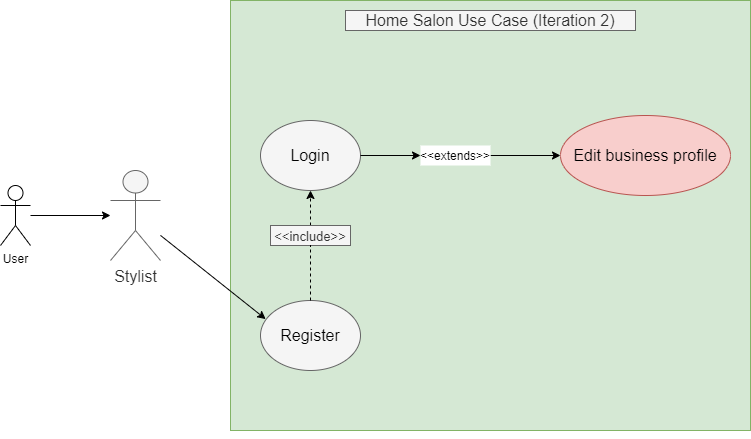
The draw.io diagram doc/use cases/Home Salon Use Case(Iteration2).png in pokai-huang0828/cstp1206_home_salon_project, before a commit. Source tidied: cells renumbered, new cells last; positions are measured from the earlier drawing's top-left corner, leaving out a move shared by most shapes.
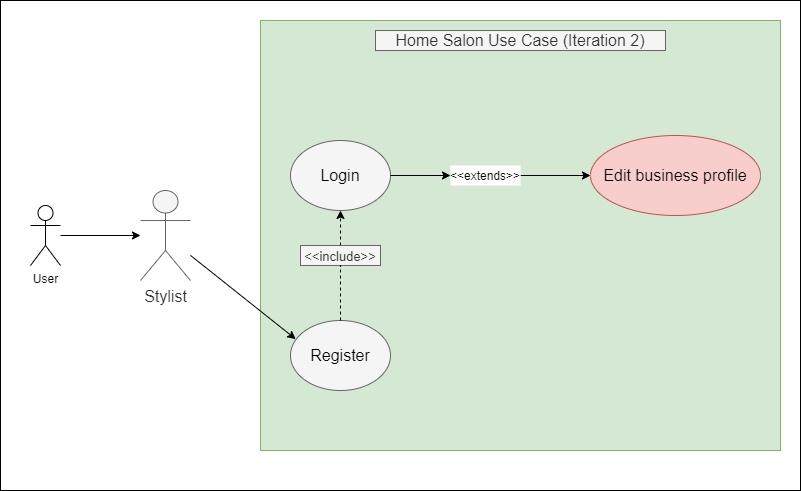
Later version of the same file.

Commit message:
Add Login use case & change png

Diff of the diagram source:
```diff
@@ -2,6 +2,9 @@
   <root>
     <mxCell id="0" />
     <mxCell id="1" parent="0" />
+    <mxCell id="20" style="rounded=0;whiteSpace=wrap;html=1;verticalAlign=top;" parent="1" vertex="1">
+      <mxGeometry x="-30" y="-20" width="800" height="490" as="geometry" />
+    </mxCell>
     <mxCell id="2" value="Stylist" style="shape=umlActor;verticalLabelPosition=bottom;verticalAlign=top;html=1;outlineConnect=0;fontSize=16;fillColor=#f5f5f5;strokeColor=#666666;fontColor=#333333;" parent="1" vertex="1">
       <mxGeometry x="110" y="170" width="50" height="90" as="geometry" />
     </mxCell>
```
